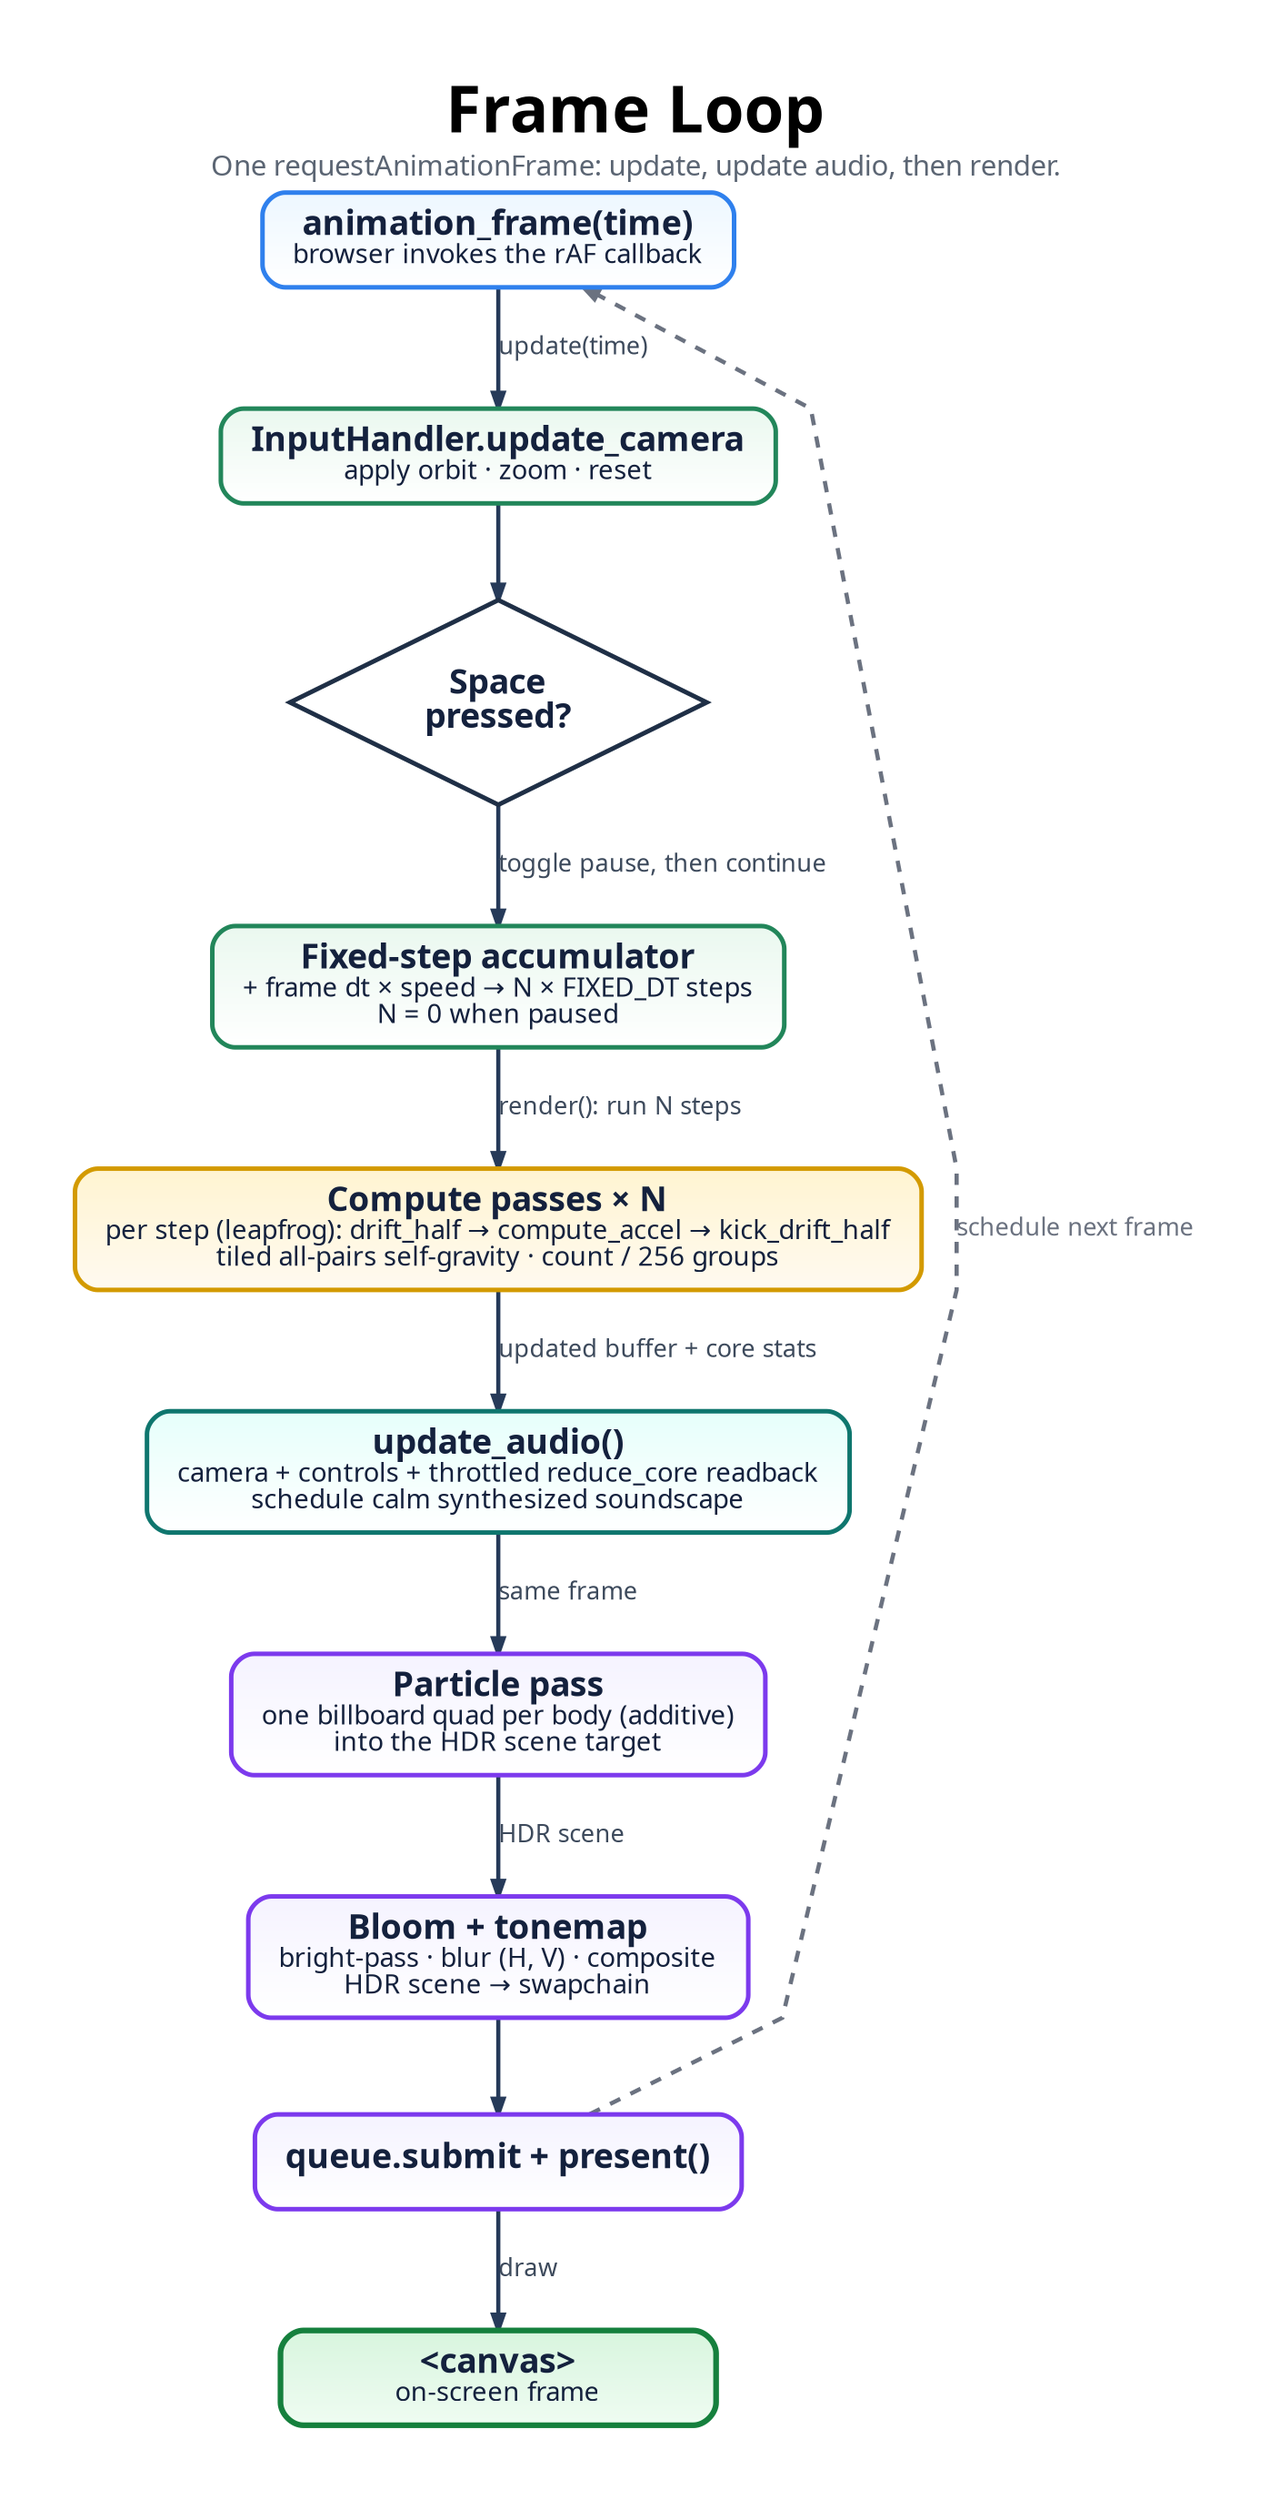
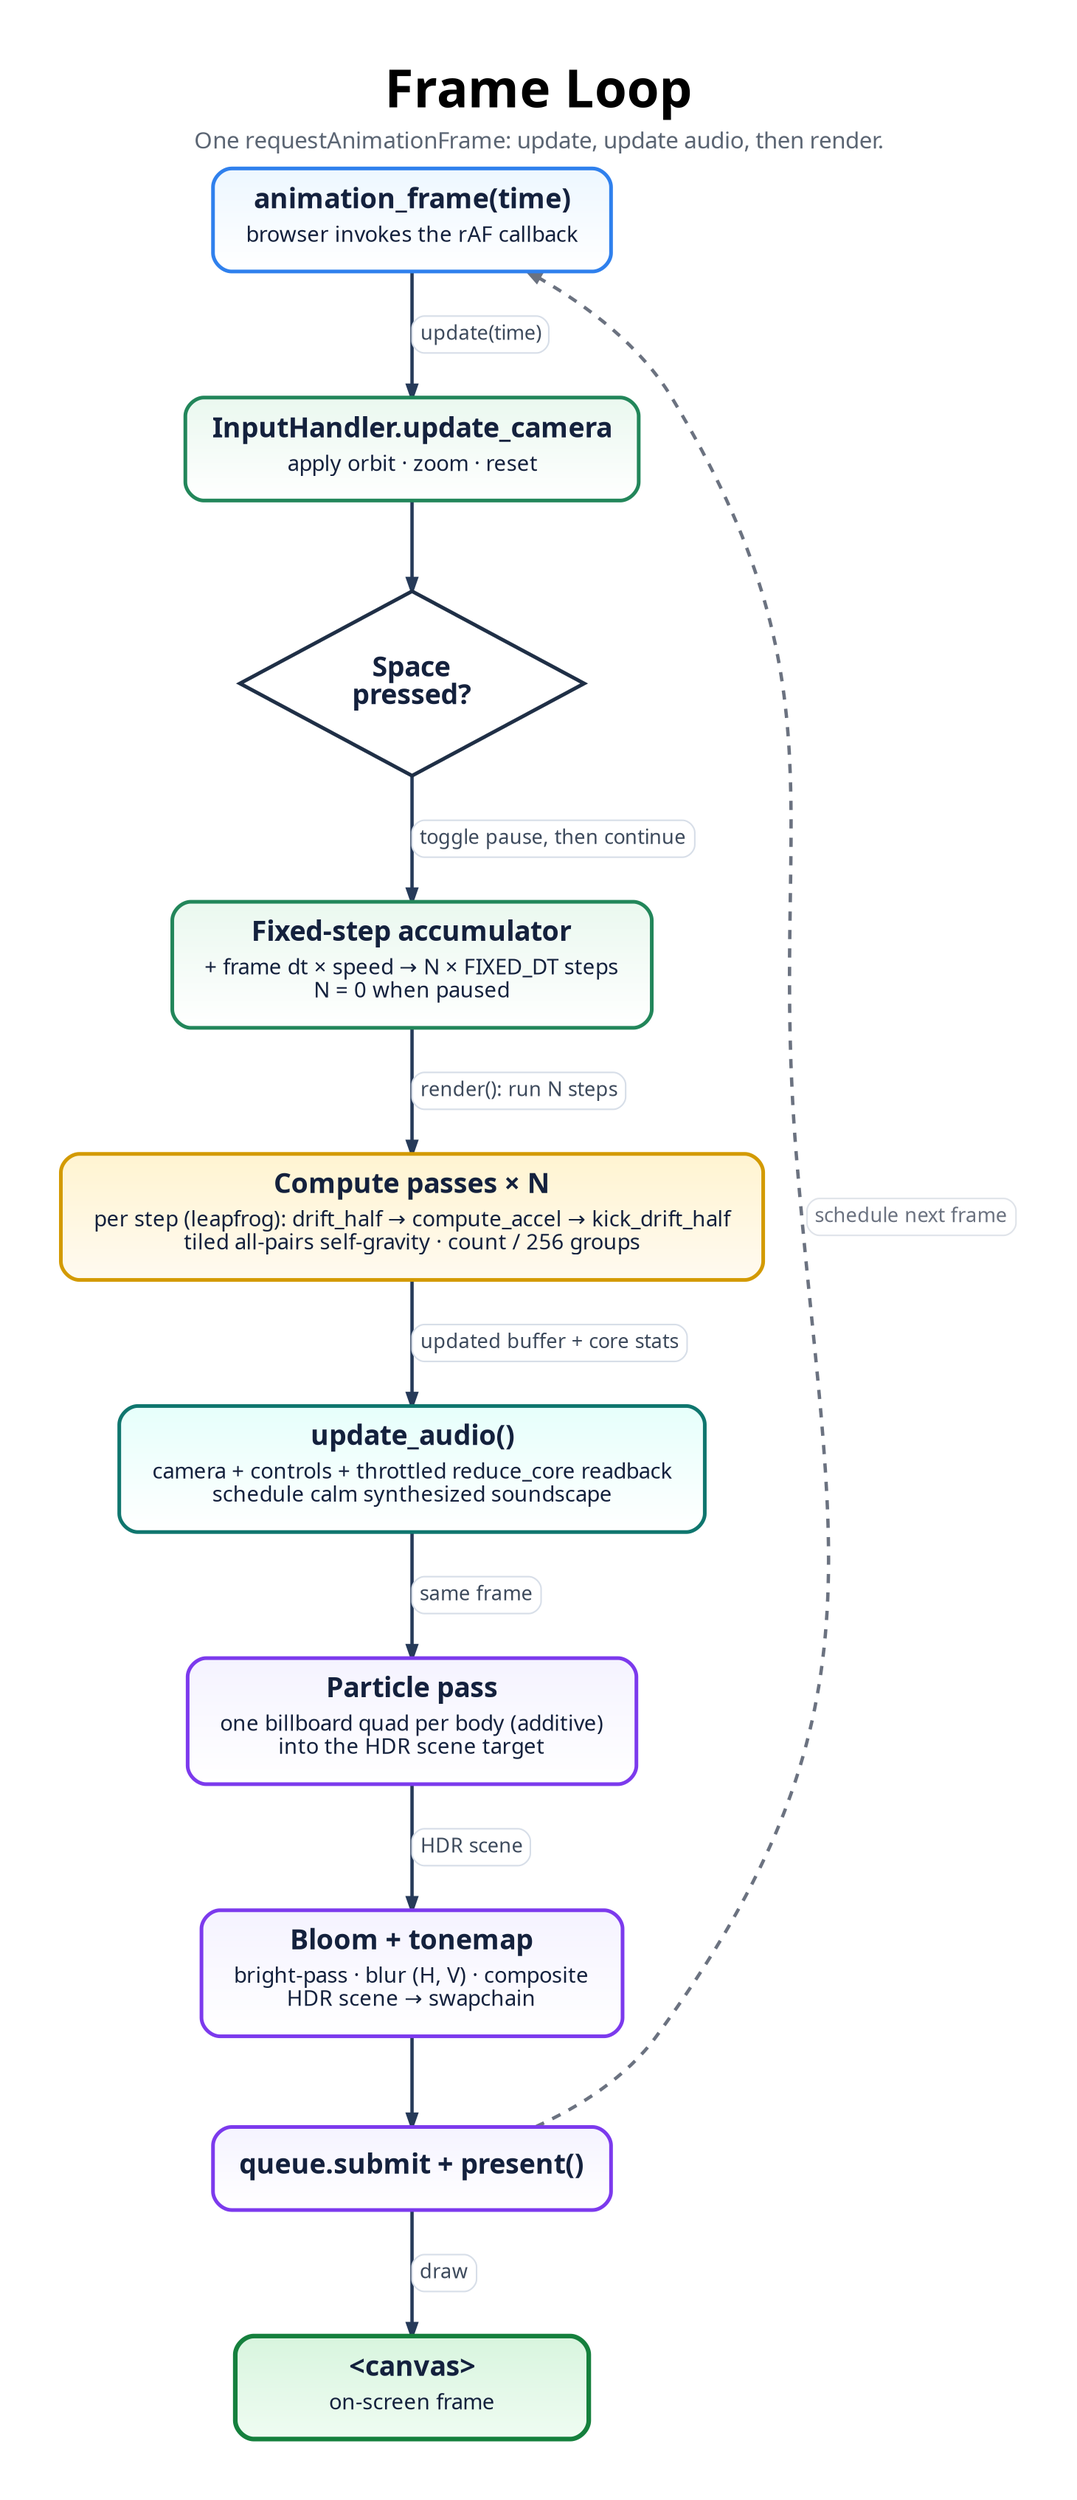
digraph FrameLoop {
  graph [
    rankdir=TB,
    bgcolor="#ffffff",
    pad="0.55",
-     nodesep="0.5",
-     ranksep="0.7",
-     splines=polyline,
+     nodesep="0.6",
+     ranksep="0.8",
+     sep="+14",
+     esep="+8",
+     splines=spline,
    outputorder=edgesfirst,
    newrank=true,
    forcelabels=true,
    fontname="Avenir",
    label=<
      <TABLE BORDER="0" CELLBORDER="0" CELLSPACING="0" CELLPADDING="0">
        <TR><TD><FONT POINT-SIZE="34"><B>Frame Loop</B></FONT></TD></TR>
-         <TR><TD><FONT POINT-SIZE="15" COLOR="#5b6573">One requestAnimationFrame: update, update audio, then render.</FONT></TD></TR>
+         <TR><TD CELLPADDING="4"><FONT POINT-SIZE="15" COLOR="#5b6573">One requestAnimationFrame: update, update audio, then render.</FONT></TD></TR>
      </TABLE>
    >,
    labelloc=t,
    labeljust=c
  ];

  node [
    shape=box,
    style="rounded,filled",
-     margin="0.22,0.13",
+     margin="0.24,0.16",
    width=3.2,
-     height=0.7,
+     height=0.75,
    fontname="Avenir",
    fontsize=18,
    penwidth=2.4,
    fontcolor="#14213d",
    color="#2264c7",
    fillcolor="#eaf3ff:#ffffff",
    gradientangle=270
  ];

  edge [
    color="#263a59",
    fontname="Avenir",
    fontsize=13,
    fontcolor="#3d4a5c",
    penwidth=2.2,
    arrowsize=0.8
  ];

-   START [label=<<B>animation_frame(time)</B><BR/><FONT POINT-SIZE="14">browser invokes the rAF callback</FONT>>, fillcolor="#edf7ff:#ffffff", color="#2f80ed"];
+   START [label=<
+     <TABLE BORDER="0" CELLBORDER="0" CELLSPACING="0" CELLPADDING="0">
+       <TR><TD><B>animation_frame(time)</B></TD></TR>
+       <TR><TD CELLPADDING="4"><FONT POINT-SIZE="14">browser invokes the rAF callback</FONT></TD></TR>
+     </TABLE>
+   >, fillcolor="#edf7ff:#ffffff", color="#2f80ed"];

  // update phase (green)
-   U1 [label=<<B>InputHandler.update_camera</B><BR/><FONT POINT-SIZE="14">apply orbit · zoom · reset</FONT>>, fillcolor="#eaf8ef:#ffffff", color="#22865a"];
+   U1 [label=<
+     <TABLE BORDER="0" CELLBORDER="0" CELLSPACING="0" CELLPADDING="0">
+       <TR><TD><B>InputHandler.update_camera</B></TD></TR>
+       <TR><TD CELLPADDING="4"><FONT POINT-SIZE="14">apply orbit · zoom · reset</FONT></TD></TR>
+     </TABLE>
+   >, fillcolor="#eaf8ef:#ffffff", color="#22865a"];
  U2 [shape=diamond, style=filled, fillcolor="#ffffff", color="#1f2f46", penwidth=2.4, width=2.4, height=1.05, label=<<B>Space<BR/>pressed?</B>>];
-   U3 [label=<<B>Fixed-step accumulator</B><BR/><FONT POINT-SIZE="14">+ frame dt × speed → N × FIXED_DT steps<BR/>N = 0 when paused</FONT>>, fillcolor="#eaf8ef:#ffffff", color="#22865a"];
+   U3 [label=<
+     <TABLE BORDER="0" CELLBORDER="0" CELLSPACING="0" CELLPADDING="0">
+       <TR><TD><B>Fixed-step accumulator</B></TD></TR>
+       <TR><TD CELLPADDING="4"><FONT POINT-SIZE="14">+ frame dt × speed → N × FIXED_DT steps<BR/>N = 0 when paused</FONT></TD></TR>
+     </TABLE>
+   >, fillcolor="#eaf8ef:#ffffff", color="#22865a"];

  // render phase
-   CP [label=<<B>Compute passes × N</B><BR/><FONT POINT-SIZE="14">per step (leapfrog): drift_half → compute_accel → kick_drift_half<BR/>tiled all-pairs self-gravity · count / 256 groups</FONT>>, fillcolor="#fff4d1:#fffaf0", color="#d39a00"];
-   AUD [label=<<B>update_audio()</B><BR/><FONT POINT-SIZE="14">camera + controls + throttled reduce_core readback<BR/>schedule calm synthesized soundscape</FONT>>, fillcolor="#e6fffb:#ffffff", color="#0f766e"];
-   RP [label=<<B>Particle pass</B><BR/><FONT POINT-SIZE="14">one billboard quad per body (additive)<BR/>into the HDR scene target</FONT>>, fillcolor="#f5f3ff:#ffffff", color="#7c3aed"];
-   BLOOM [label=<<B>Bloom + tonemap</B><BR/><FONT POINT-SIZE="14">bright-pass · blur (H, V) · composite<BR/>HDR scene → swapchain</FONT>>, fillcolor="#f5f3ff:#ffffff", color="#7c3aed"];
+   CP [label=<
+     <TABLE BORDER="0" CELLBORDER="0" CELLSPACING="0" CELLPADDING="0">
+       <TR><TD><B>Compute passes × N</B></TD></TR>
+       <TR><TD CELLPADDING="4"><FONT POINT-SIZE="14">per step (leapfrog): drift_half → compute_accel → kick_drift_half<BR/>tiled all-pairs self-gravity · count / 256 groups</FONT></TD></TR>
+     </TABLE>
+   >, fillcolor="#fff4d1:#fffaf0", color="#d39a00"];
+   AUD [label=<
+     <TABLE BORDER="0" CELLBORDER="0" CELLSPACING="0" CELLPADDING="0">
+       <TR><TD><B>update_audio()</B></TD></TR>
+       <TR><TD CELLPADDING="4"><FONT POINT-SIZE="14">camera + controls + throttled reduce_core readback<BR/>schedule calm synthesized soundscape</FONT></TD></TR>
+     </TABLE>
+   >, fillcolor="#e6fffb:#ffffff", color="#0f766e"];
+   RP [label=<
+     <TABLE BORDER="0" CELLBORDER="0" CELLSPACING="0" CELLPADDING="0">
+       <TR><TD><B>Particle pass</B></TD></TR>
+       <TR><TD CELLPADDING="4"><FONT POINT-SIZE="14">one billboard quad per body (additive)<BR/>into the HDR scene target</FONT></TD></TR>
+     </TABLE>
+   >, fillcolor="#f5f3ff:#ffffff", color="#7c3aed"];
+   BLOOM [label=<
+     <TABLE BORDER="0" CELLBORDER="0" CELLSPACING="0" CELLPADDING="0">
+       <TR><TD><B>Bloom + tonemap</B></TD></TR>
+       <TR><TD CELLPADDING="4"><FONT POINT-SIZE="14">bright-pass · blur (H, V) · composite<BR/>HDR scene → swapchain</FONT></TD></TR>
+     </TABLE>
+   >, fillcolor="#f5f3ff:#ffffff", color="#7c3aed"];
  PRES [label=<<B>queue.submit + present()</B>>, fillcolor="#f5f3ff:#ffffff", color="#7c3aed"];

-   CANVAS [label=<<B>&lt;canvas&gt;</B><BR/><FONT POINT-SIZE="14">on-screen frame</FONT>>, fillcolor="#d8f5de:#effcf2", color="#15803d", penwidth=3.0];
+   CANVAS [label=<
+     <TABLE BORDER="0" CELLBORDER="0" CELLSPACING="0" CELLPADDING="0">
+       <TR><TD><B>&lt;canvas&gt;</B></TD></TR>
+       <TR><TD CELLPADDING="4"><FONT POINT-SIZE="14">on-screen frame</FONT></TD></TR>
+     </TABLE>
+   >, fillcolor="#d8f5de:#effcf2", color="#15803d", penwidth=3.0];

-   START -> U1 [label="update(time)"];
+   // Edge labels are rounded white chips so captions never touch their lines.
+   START -> U1 [label=<
+     <TABLE BORDER="1" CELLBORDER="0" STYLE="ROUNDED" COLOR="#d7dee8" BGCOLOR="#ffffff" CELLSPACING="0" CELLPADDING="4">
+       <TR><TD><FONT POINT-SIZE="13" COLOR="#3d4a5c">update(time)</FONT></TD></TR>
+     </TABLE>
+   >];
  U1 -> U2;
-   U2 -> U3 [label="toggle pause, then continue"];
-   U3 -> CP [label="render(): run N steps"];
-   CP -> AUD [label="updated buffer + core stats"];
-   AUD -> RP [label="same frame"];
-   RP -> BLOOM [label="HDR scene"];
+   U2 -> U3 [label=<
+     <TABLE BORDER="1" CELLBORDER="0" STYLE="ROUNDED" COLOR="#d7dee8" BGCOLOR="#ffffff" CELLSPACING="0" CELLPADDING="4">
+       <TR><TD><FONT POINT-SIZE="13" COLOR="#3d4a5c">toggle pause, then continue</FONT></TD></TR>
+     </TABLE>
+   >];
+   U3 -> CP [label=<
+     <TABLE BORDER="1" CELLBORDER="0" STYLE="ROUNDED" COLOR="#d7dee8" BGCOLOR="#ffffff" CELLSPACING="0" CELLPADDING="4">
+       <TR><TD><FONT POINT-SIZE="13" COLOR="#3d4a5c">render(): run N steps</FONT></TD></TR>
+     </TABLE>
+   >];
+   CP -> AUD [label=<
+     <TABLE BORDER="1" CELLBORDER="0" STYLE="ROUNDED" COLOR="#d7dee8" BGCOLOR="#ffffff" CELLSPACING="0" CELLPADDING="4">
+       <TR><TD><FONT POINT-SIZE="13" COLOR="#3d4a5c">updated buffer + core stats</FONT></TD></TR>
+     </TABLE>
+   >];
+   AUD -> RP [label=<
+     <TABLE BORDER="1" CELLBORDER="0" STYLE="ROUNDED" COLOR="#d7dee8" BGCOLOR="#ffffff" CELLSPACING="0" CELLPADDING="4">
+       <TR><TD><FONT POINT-SIZE="13" COLOR="#3d4a5c">same frame</FONT></TD></TR>
+     </TABLE>
+   >];
+   RP -> BLOOM [label=<
+     <TABLE BORDER="1" CELLBORDER="0" STYLE="ROUNDED" COLOR="#d7dee8" BGCOLOR="#ffffff" CELLSPACING="0" CELLPADDING="4">
+       <TR><TD><FONT POINT-SIZE="13" COLOR="#3d4a5c">HDR scene</FONT></TD></TR>
+     </TABLE>
+   >];
  BLOOM -> PRES;
-   PRES -> CANVAS [label="draw"];
+   PRES -> CANVAS [label=<
+     <TABLE BORDER="1" CELLBORDER="0" STYLE="ROUNDED" COLOR="#d7dee8" BGCOLOR="#ffffff" CELLSPACING="0" CELLPADDING="4">
+       <TR><TD><FONT POINT-SIZE="13" COLOR="#3d4a5c">draw</FONT></TD></TR>
+     </TABLE>
+   >];

-   PRES -> START [label="schedule next frame", color="#6b7280", fontcolor="#6b7280", style=dashed, constraint=false];
+   PRES -> START [color="#6b7280", style=dashed, constraint=false, label=<
+     <TABLE BORDER="1" CELLBORDER="0" STYLE="ROUNDED" COLOR="#dfe3e9" BGCOLOR="#ffffff" CELLSPACING="0" CELLPADDING="4">
+       <TR><TD><FONT POINT-SIZE="13" COLOR="#6b7280">schedule next frame</FONT></TD></TR>
+     </TABLE>
+   >];
}
